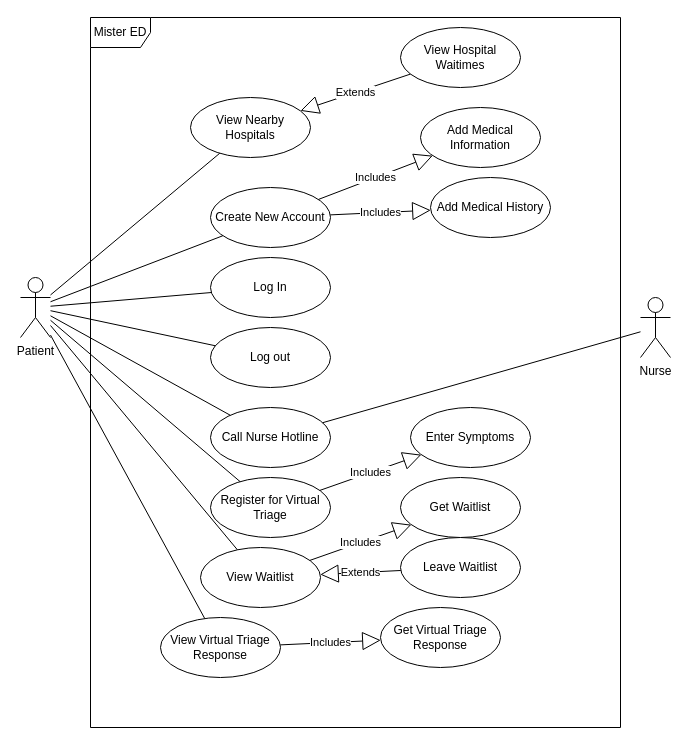
Before: AmirWork/M3/PatientUseCaseDiagramV2.drawio in SENG-350-2024-fall/Team9, a draw.io diagram. Source tidied: cells renumbered, new cells numbered last; positions are measured from the earlier drawing's top-left corner, leaving out a move shared by most shapes. Both pictures are drawn from the tidied source at 100%, with x=0, y=0 at pixel (20, 17).
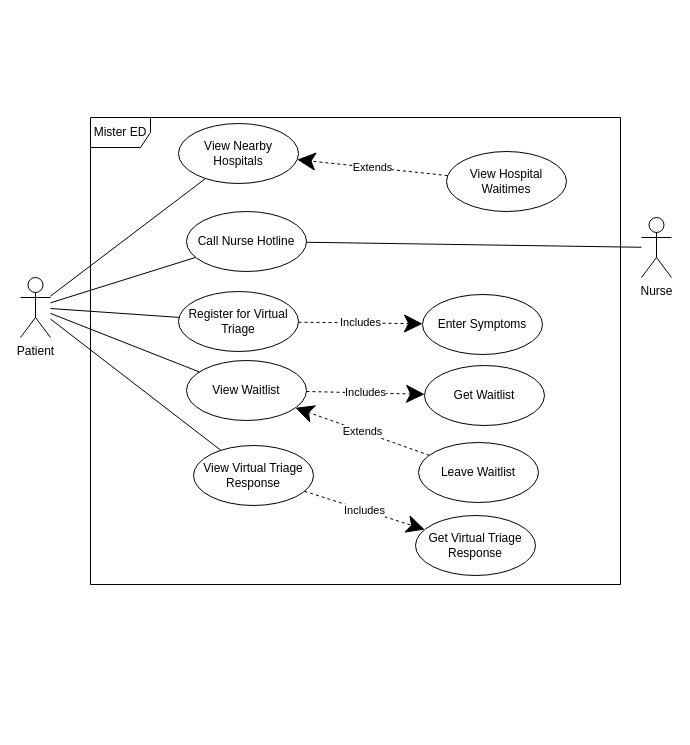
The same page after the edit.

Unchanged cells that the change refers to:
```xml
<mxCell id="2" value="Patient" style="shape=umlActor;verticalLabelPosition=bottom;verticalAlign=top;html=1;outlineConnect=0;" parent="1" vertex="1">
  <mxGeometry y="260" width="30" height="60" as="geometry" />
</mxCell>
```

Diff of the diagram source:
```diff
@@
-    <mxCell id="3" value="Create New Account" style="ellipse;whiteSpace=wrap;html=1;" parent="1" vertex="1">
-      <mxGeometry x="190" y="170" width="120" height="60" as="geometry" />
-    </mxCell>
-    <mxCell id="4" style="endArrow=none;html=1;rounded=0;" parent="1" edge="1" source="2" target="3">
-      <mxGeometry relative="1" as="geometry" />
-    </mxCell>
-    <mxCell id="5" value="Add Medical Information" style="ellipse;whiteSpace=wrap;html=1;" parent="1" vertex="1">
-      <mxGeometry x="400" y="90" width="120" height="60" as="geometry" />
-    </mxCell>
-    <mxCell id="6" value="Includes" style="endArrow=block;endSize=16;endFill=0;html=1;rounded=0;" parent="1" edge="1" source="3" target="5">
-      <mxGeometry relative="1" as="geometry" />
-    </mxCell>
-    <mxCell id="7" value="Add Medical History" style="ellipse;whiteSpace=wrap;html=1;" parent="1" vertex="1">
-      <mxGeometry x="410" y="160" width="120" height="60" as="geometry" />
-    </mxCell>
-    <mxCell id="8" value="Includes" style="endArrow=block;endSize=16;endFill=0;html=1;rounded=0;" parent="1" edge="1" source="3" target="7">
-      <mxGeometry relative="1" as="geometry" />
-    </mxCell>
-    <mxCell id="9" value="Log In" style="ellipse;whiteSpace=wrap;html=1;" parent="1" vertex="1">
-      <mxGeometry x="190" y="240" width="120" height="60" as="geometry" />
-    </mxCell>
-    <mxCell id="10" style="endArrow=none;html=1;rounded=0;" parent="1" edge="1" source="2" target="9">
-      <mxGeometry relative="1" as="geometry" />
-    </mxCell>
-    <mxCell id="11" value="Log out" style="ellipse;whiteSpace=wrap;html=1;" parent="1" vertex="1">
-      <mxGeometry x="190" y="310" width="120" height="60" as="geometry" />
-    </mxCell>
-    <mxCell id="12" style="endArrow=none;html=1;rounded=0;" parent="1" edge="1" source="2" target="11">
-      <mxGeometry relative="1" as="geometry" />
-    </mxCell>
     <mxCell id="13" value="Call Nurse Hotline" style="ellipse;whiteSpace=wrap;html=1;" parent="1" vertex="1">
-      <mxGeometry x="190" y="390" width="120" height="60" as="geometry" />
+      <mxGeometry x="166" y="194" width="120" height="60" as="geometry" />
     </mxCell>
@@
     <mxCell id="15" value="Nurse" style="shape=umlActor;verticalLabelPosition=bottom;verticalAlign=top;html=1;" parent="1" vertex="1">
-      <mxGeometry x="620" y="280" width="30" height="60" as="geometry" />
+      <mxGeometry x="621" y="200" width="30" height="60" as="geometry" />
     </mxCell>
@@
     <mxCell id="17" value="Register for Virtual Triage" style="ellipse;whiteSpace=wrap;html=1;" parent="1" vertex="1">
-      <mxGeometry x="190" y="460" width="120" height="60" as="geometry" />
+      <mxGeometry x="158" y="274" width="120" height="60" as="geometry" />
     </mxCell>
@@
     <mxCell id="19" value="Enter Symptoms" style="ellipse;whiteSpace=wrap;html=1;" parent="1" vertex="1">
-      <mxGeometry x="390" y="390" width="120" height="60" as="geometry" />
+      <mxGeometry x="402" y="277" width="120" height="60" as="geometry" />
     </mxCell>
-    <mxCell id="20" value="Includes" style="endArrow=block;endSize=16;endFill=0;html=1;rounded=0;" parent="1" edge="1" source="17" target="19">
+    <mxCell id="20" value="Includes" style="endArrow=classic;endSize=16;endFill=1;html=1;rounded=0;dashed=1;" parent="1" edge="1" source="17" target="19">
       <mxGeometry relative="1" as="geometry" />
     </mxCell>
     <mxCell id="21" value="View Waitlist" style="ellipse;whiteSpace=wrap;html=1;" parent="1" vertex="1">
-      <mxGeometry x="180" y="530" width="120" height="60" as="geometry" />
+      <mxGeometry x="166" y="343" width="120" height="60" as="geometry" />
     </mxCell>
@@
     <mxCell id="23" value="Get Waitlist" style="ellipse;whiteSpace=wrap;html=1;" parent="1" vertex="1">
-      <mxGeometry x="380" y="460" width="120" height="60" as="geometry" />
+      <mxGeometry x="404" y="348" width="120" height="60" as="geometry" />
     </mxCell>
-    <mxCell id="24" value="Includes" style="endArrow=block;endSize=16;endFill=0;html=1;rounded=0;" parent="1" edge="1" source="21" target="23">
+    <mxCell id="24" value="Includes" style="endArrow=classic;endSize=16;endFill=1;html=1;rounded=0;dashed=1;" parent="1" edge="1" source="21" target="23">
       <mxGeometry relative="1" as="geometry" />
     </mxCell>
     <mxCell id="25" value="Mister ED" style="shape=umlFrame;whiteSpace=wrap;html=1;" parent="1" vertex="1">
-      <mxGeometry x="70" width="530" height="710" as="geometry" />
+      <mxGeometry x="70" y="100" width="530" height="467" as="geometry" />
     </mxCell>
     <mxCell id="26" value="View Virtual Triage Response" style="ellipse;whiteSpace=wrap;html=1;" parent="1" vertex="1">
-      <mxGeometry x="140" y="600" width="120" height="60" as="geometry" />
+      <mxGeometry x="173" y="428" width="120" height="60" as="geometry" />
     </mxCell>
@@
     <mxCell id="28" value="Get Virtual Triage Response" style="ellipse;whiteSpace=wrap;html=1;" parent="1" vertex="1">
-      <mxGeometry x="360" y="590" width="120" height="60" as="geometry" />
+      <mxGeometry x="395" y="498" width="120" height="60" as="geometry" />
     </mxCell>
-    <mxCell id="29" value="Includes" style="endArrow=block;endSize=16;endFill=0;html=1;rounded=0;" parent="1" edge="1" source="26" target="28">
+    <mxCell id="29" value="Includes" style="endArrow=classic;endSize=16;endFill=1;html=1;rounded=0;dashed=1;" parent="1" edge="1" source="26" target="28">
       <mxGeometry relative="1" as="geometry" />
     </mxCell>
     <mxCell id="30" value="View Nearby Hospitals" style="ellipse;whiteSpace=wrap;html=1;" parent="1" vertex="1">
-      <mxGeometry x="170" y="80" width="120" height="60" as="geometry" />
+      <mxGeometry x="158" y="106" width="120" height="60" as="geometry" />
     </mxCell>
@@
     <mxCell id="32" value="View Hospital Waitimes" style="ellipse;whiteSpace=wrap;html=1;" parent="1" vertex="1">
-      <mxGeometry x="380" y="10" width="120" height="60" as="geometry" />
+      <mxGeometry x="426" y="134" width="120" height="60" as="geometry" />
     </mxCell>
-    <mxCell id="33" value="Extends" style="endArrow=block;endSize=16;endFill=0;html=1;rounded=0;" parent="1" edge="1" source="32" target="30">
+    <mxCell id="33" value="Extends" style="endArrow=classic;endSize=16;endFill=1;html=1;rounded=0;dashed=1;" parent="1" edge="1" source="32" target="30">
       <mxGeometry relative="1" as="geometry" />
     </mxCell>
     <mxCell id="34" value="Leave Waitlist" style="ellipse;whiteSpace=wrap;html=1;" parent="1" vertex="1">
-      <mxGeometry x="380" y="520" width="120" height="60" as="geometry" />
+      <mxGeometry x="398" y="425" width="120" height="60" as="geometry" />
     </mxCell>
-    <mxCell id="35" value="Extends" style="endArrow=block;endSize=16;endFill=0;html=1;rounded=0;" parent="1" edge="1" source="34" target="21">
+    <mxCell id="35" value="Extends" style="endArrow=classic;endSize=16;endFill=1;html=1;rounded=0;dashed=1;" parent="1" edge="1" source="34" target="21">
       <mxGeometry relative="1" as="geometry" />
     </mxCell>
```
